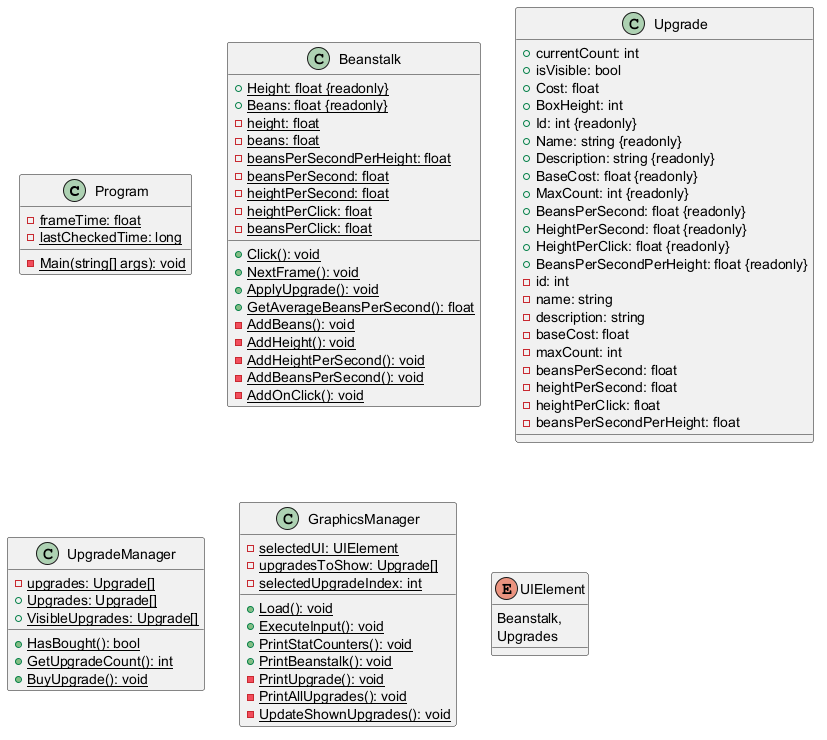
Earlier version of the PlantUML export PlantUML/Klassediagram 2.png (Murkorus/ProjektOOA).
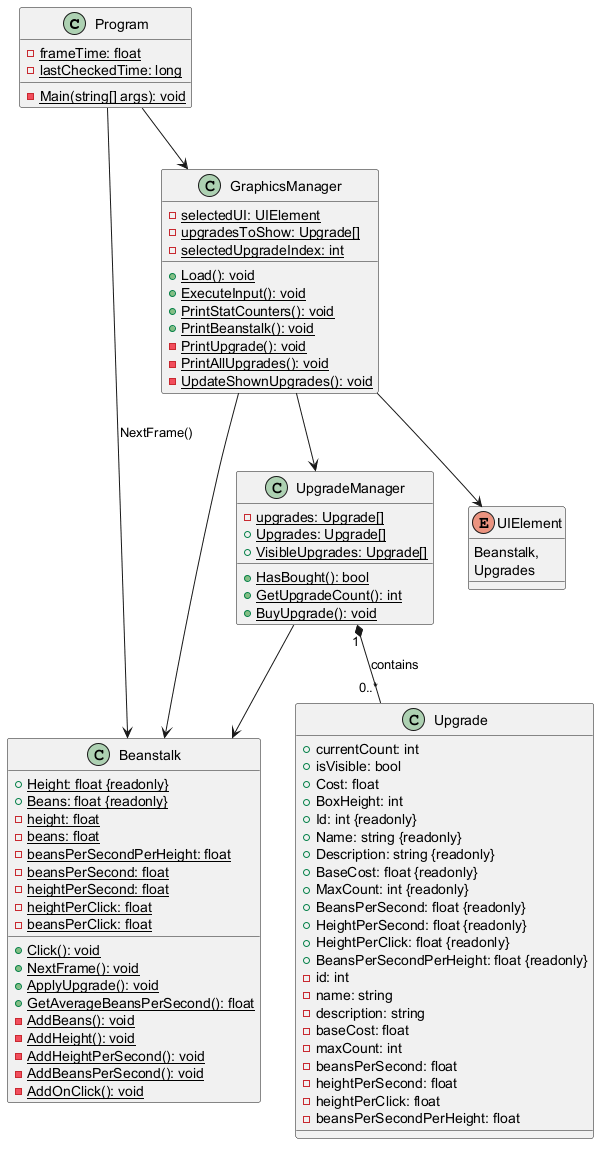
After the change.

Diff of the diagram source:
```diff
@@ -1,6 +1,8 @@
 @startuml
 
 class Program
+Program --> Beanstalk : NextFrame()
+Program --> GraphicsManager
 Program : - {static} frameTime: float
 Program : - {static} lastCheckedTime: long
 Program : - {static} Main(string[] args): void
@@ -54,6 +56,8 @@
 Upgrade : - beansPerSecondPerHeight: float
 
 class UpgradeManager
+UpgradeManager "1" *-- "0..*" Upgrade : contains
+UpgradeManager --> Beanstalk
 UpgradeManager : - {static} upgrades: Upgrade[]
 UpgradeManager : + {static} Upgrades: Upgrade[]
 UpgradeManager : + {static} VisibleUpgrades: Upgrade[]
@@ -63,6 +67,9 @@
 UpgradeManager : + {static} BuyUpgrade(): void
 
 class GraphicsManager
+GraphicsManager --> UpgradeManager
+GraphicsManager --> UIElement
+GraphicsManager --> Beanstalk
 GraphicsManager : - {static} selectedUI: UIElement
 GraphicsManager : - {static} upgradesToShow: Upgrade[]
 GraphicsManager : - {static} selectedUpgradeIndex: int
```
